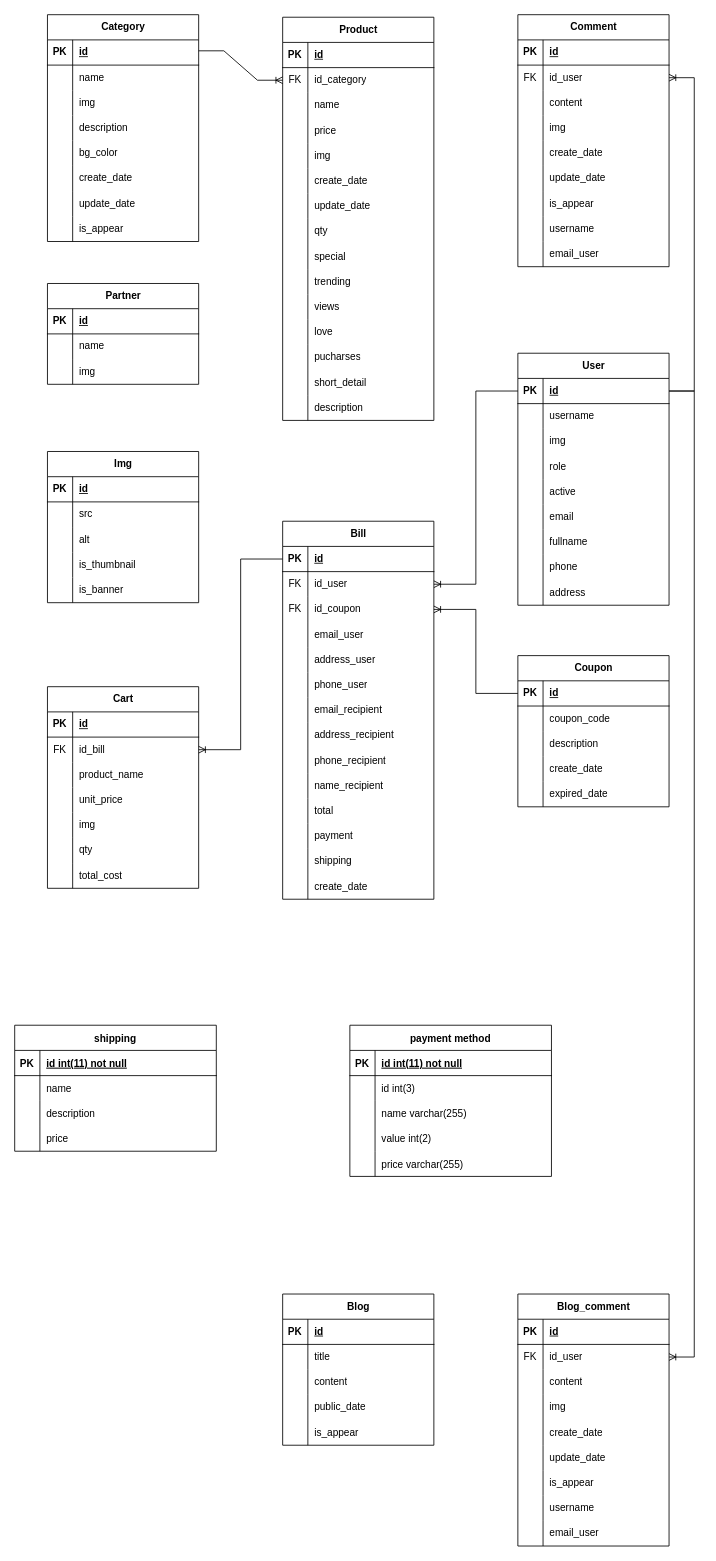
thanh8724/Legous keeps this draw.io diagram as page "ERD_Level-2" (1 of 3) of .vscode/LEGOUS_DIAGRAM.drawio. Above is the earlier version. Source tidied: cells renumbered, new cells numbered last; positions are measured from the earlier drawing's top-left corner, leaving out a move shared by most shapes. Both pictures are drawn from the tidied source at 84%, with x=0, y=0 at pixel (14, 14).
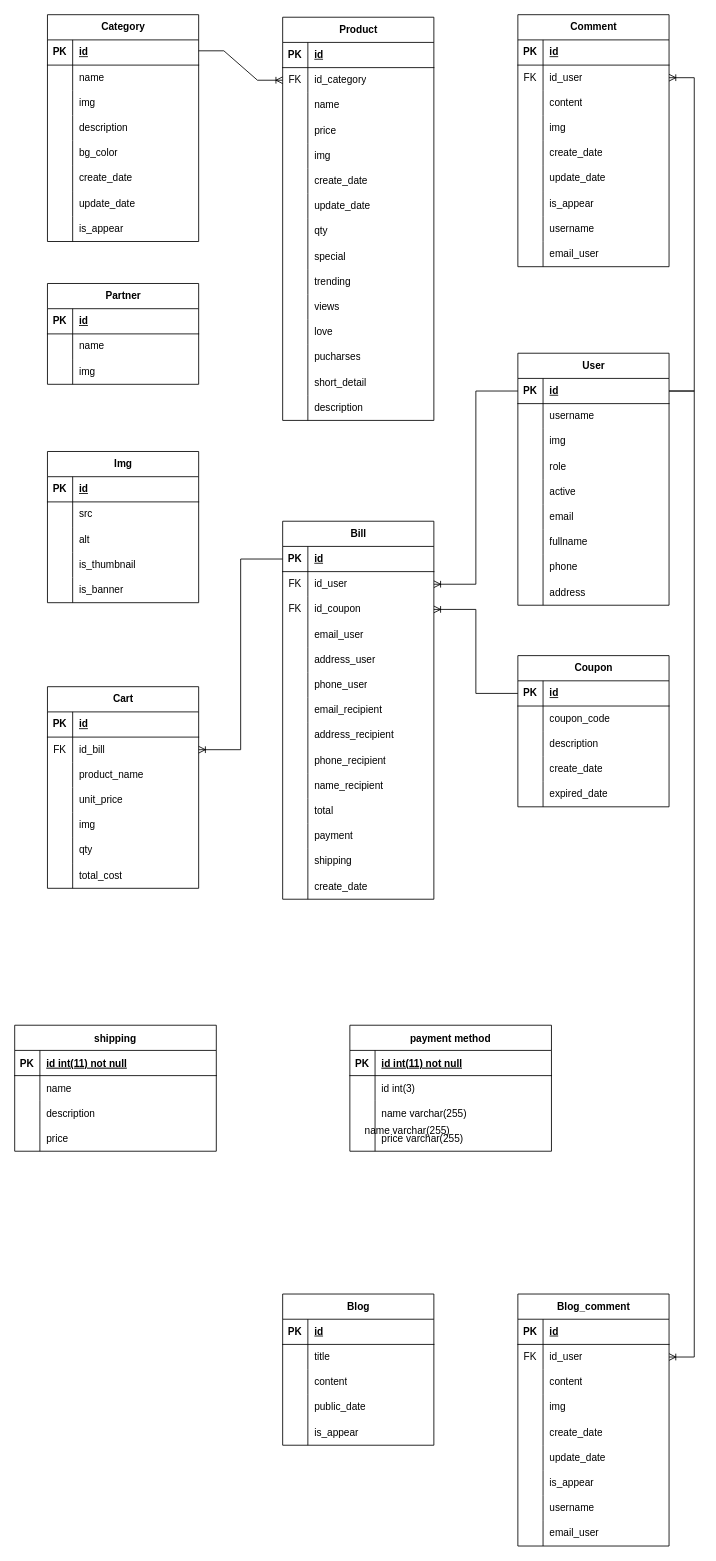
The same page after the edit.

Commit message:
Cập nhật LEGOUS_DIAGRAM.drawio

What changed in the source:
```diff
@@
     <mxCell id="299" value="payment method" style="shape=table;startSize=30;childLayout=tableLayout;rowLines=0;fontStyle=1;align=center;" parent="1" vertex="1">
-      <mxGeometry x="399" y="1203" width="240" height="180" as="geometry" />
+      <mxGeometry x="399" y="1203" width="240" height="150" as="geometry" />
     </mxCell>
@@
-    <mxCell id="309" style="shape=tableRow;horizontal=0;startSize=0;swimlaneHead=0;swimlaneBody=0;fillColor=none;top=0;left=0;right=0;bottom=0;" parent="299" vertex="1">
-      <mxGeometry y="120" width="240" height="30" as="geometry" />
-    </mxCell>
-    <mxCell id="310" style="shape=partialRectangle;fillColor=none;top=0;left=0;bottom=0;right=0;overflow=hidden;" parent="309" vertex="1">
-      <mxGeometry width="30" height="30" as="geometry" />
-    </mxCell>
-    <mxCell id="311" value="value int(2)" style="shape=partialRectangle;fillColor=none;top=0;left=0;bottom=0;right=0;align=left;spacingLeft=6;overflow=hidden;" parent="309" vertex="1">
-      <mxGeometry x="30" width="210" height="30" as="geometry" />
-    </mxCell>
     <mxCell id="312" style="shape=tableRow;horizontal=0;startSize=0;swimlaneHead=0;swimlaneBody=0;fillColor=none;top=0;left=0;right=0;bottom=0;" parent="299" vertex="1">
-      <mxGeometry y="150" width="240" height="30" as="geometry" />
+      <mxGeometry y="120" width="240" height="30" as="geometry" />
     </mxCell>
@@
+    <mxCell id="315" style="shape=tableRow;horizontal=0;startSize=0;swimlaneHead=0;swimlaneBody=0;fillColor=none;top=0;left=0;right=0;bottom=0;" parent="1" vertex="1">
+      <mxGeometry x="409" y="1303" width="240" height="30" as="geometry" />
+    </mxCell>
+    <mxCell id="310" style="shape=partialRectangle;fillColor=none;top=0;left=0;bottom=0;right=0;overflow=hidden;" parent="315" vertex="1">
+      <mxGeometry width="30" height="30" as="geometry" />
+    </mxCell>
+    <mxCell id="316" value="name varchar(255)" style="shape=partialRectangle;fillColor=none;top=0;left=0;bottom=0;right=0;align=left;spacingLeft=6;overflow=hidden;" parent="1" vertex="1">
+      <mxGeometry x="409" y="1313" width="210" height="30" as="geometry" />
+    </mxCell>
```
